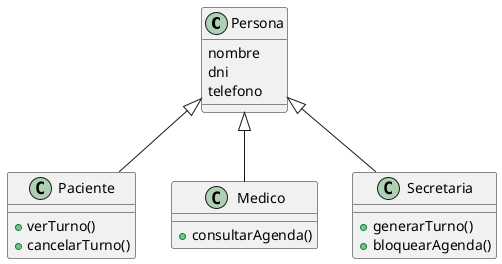
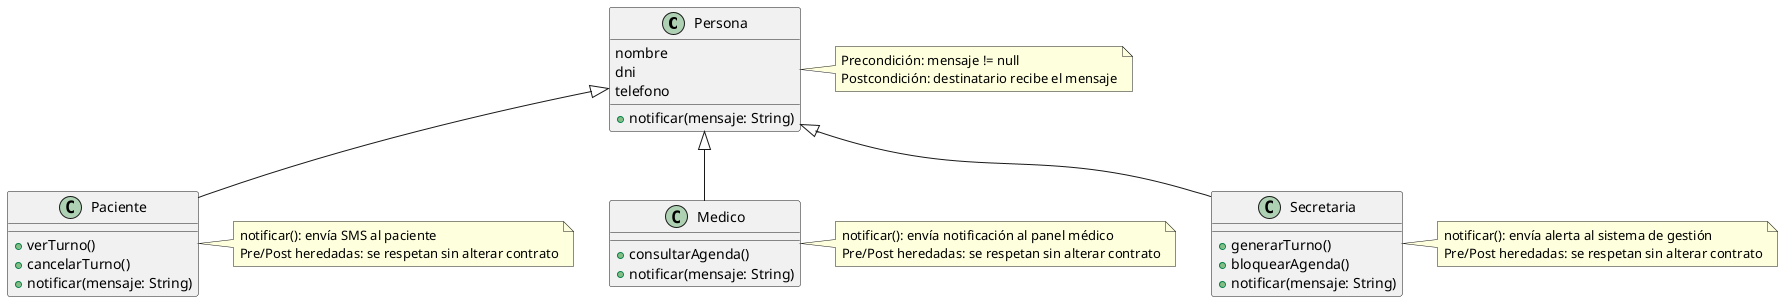
@startuml

class Persona {
  nombre
  dni
  telefono
+   + notificar(mensaje: String)
}
+ 
+ note right of Persona
+   Precondición: mensaje != null
+   Postcondición: destinatario recibe el mensaje
+ end note

class Paciente {
  + verTurno()
  + cancelarTurno()
+   + notificar(mensaje: String)
}
+ 
+ note right of Paciente
+   notificar(): envía SMS al paciente
+   Pre/Post heredadas: se respetan sin alterar contrato
+ end note

class Medico {
  + consultarAgenda()
+   + notificar(mensaje: String)
}
+ 
+ note right of Medico
+   notificar(): envía notificación al panel médico
+   Pre/Post heredadas: se respetan sin alterar contrato
+ end note

class Secretaria {
  + generarTurno()
  + bloquearAgenda()
+   + notificar(mensaje: String)
}
+ 
+ note right of Secretaria
+   notificar(): envía alerta al sistema de gestión
+   Pre/Post heredadas: se respetan sin alterar contrato
+ end note

Persona <|-- Paciente
Persona <|-- Medico
Persona <|-- Secretaria

@enduml